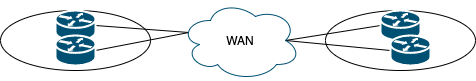
Before: organisation/overall-topology.drawio.png, a diagram exported from draw.io (dsinghx/nd-as-code). Source tidied: cells renumbered, new cells last; positions are measured from the earlier drawing's top-left corner, leaving out a move shared by most shapes.
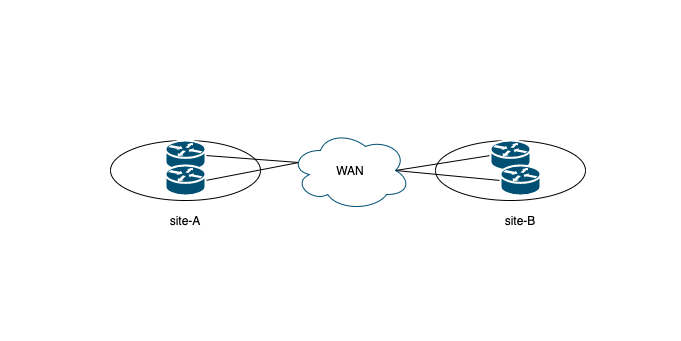
After the commit.

The edit, as a diff of the source:
```diff
@@ -2,6 +2,9 @@
   <root>
     <mxCell id="0" />
     <mxCell id="1" parent="0" />
+    <mxCell id="13" style="rounded=0;whiteSpace=wrap;html=1;strokeColor=none;" parent="1" vertex="1">
+      <mxGeometry x="-110" y="-130" width="680" height="340" as="geometry" />
+    </mxCell>
     <mxCell id="2" style="ellipse;whiteSpace=wrap;html=1;" parent="1" vertex="1">
       <mxGeometry y="10" width="150" height="60" as="geometry" />
     </mxCell>
@@ -35,5 +38,11 @@
     <mxCell id="12" value="WAN" style="ellipse;shape=cloud;whiteSpace=wrap;html=1;fillColor=none;strokeColor=#005073;" parent="1" vertex="1">
       <mxGeometry x="180" width="120" height="80" as="geometry" />
     </mxCell>
+    <mxCell id="14" value="site-A" style="text;html=1;strokeColor=none;fillColor=none;align=center;verticalAlign=middle;whiteSpace=wrap;rounded=0;" parent="1" vertex="1">
+      <mxGeometry x="55" y="80" width="40" height="20" as="geometry" />
+    </mxCell>
+    <mxCell id="15" value="site-B" style="text;html=1;strokeColor=none;fillColor=none;align=center;verticalAlign=middle;whiteSpace=wrap;rounded=0;" parent="1" vertex="1">
+      <mxGeometry x="390" y="80" width="40" height="20" as="geometry" />
+    </mxCell>
   </root>
 </mxGraphModel>
```
